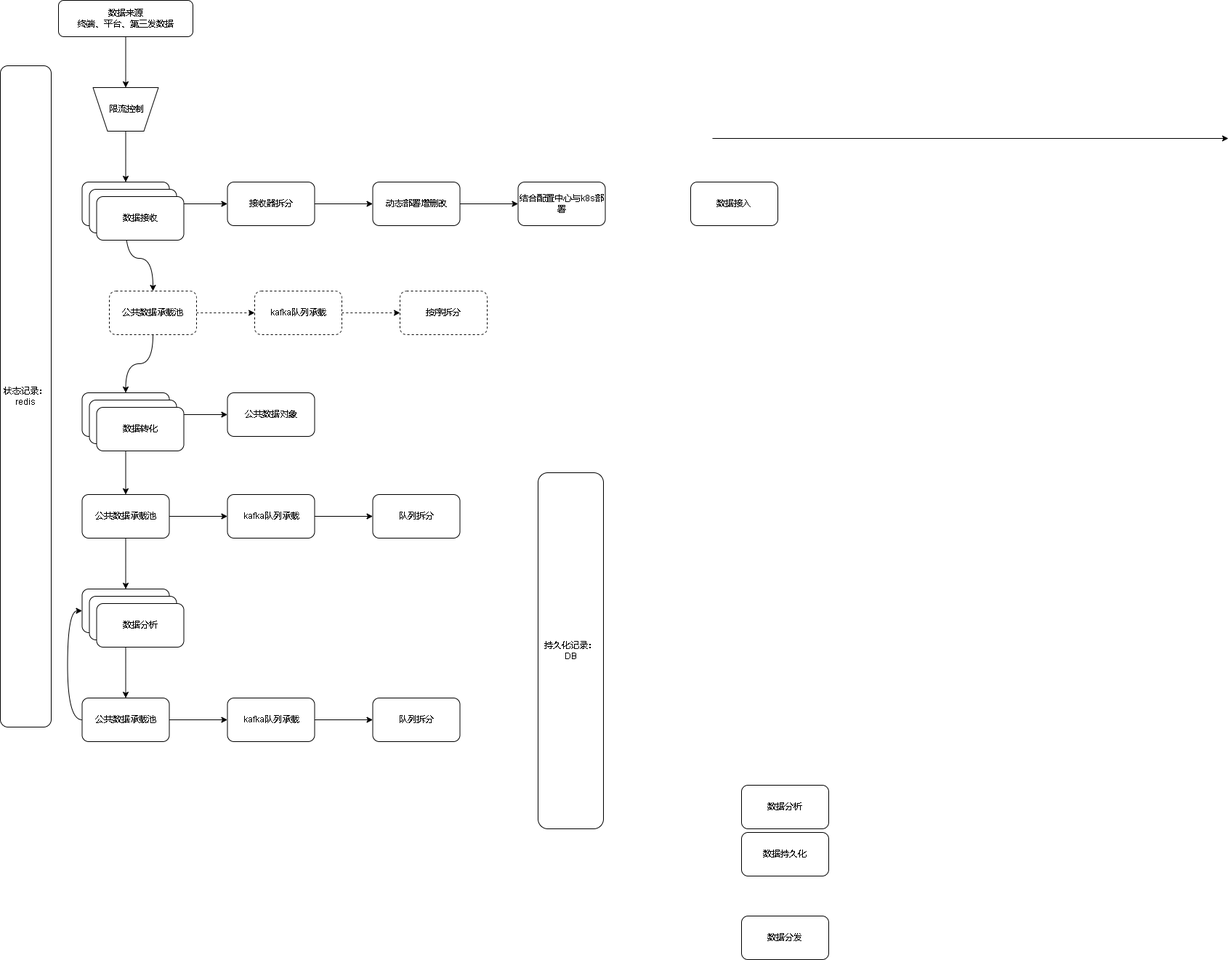
Before: 808后台架构.drawio.png, a diagram exported from draw.io (xktder/draw). Source tidied: cells renumbered, new cells last; positions are measured from the earlier drawing's top-left corner, leaving out a move shared by most shapes.
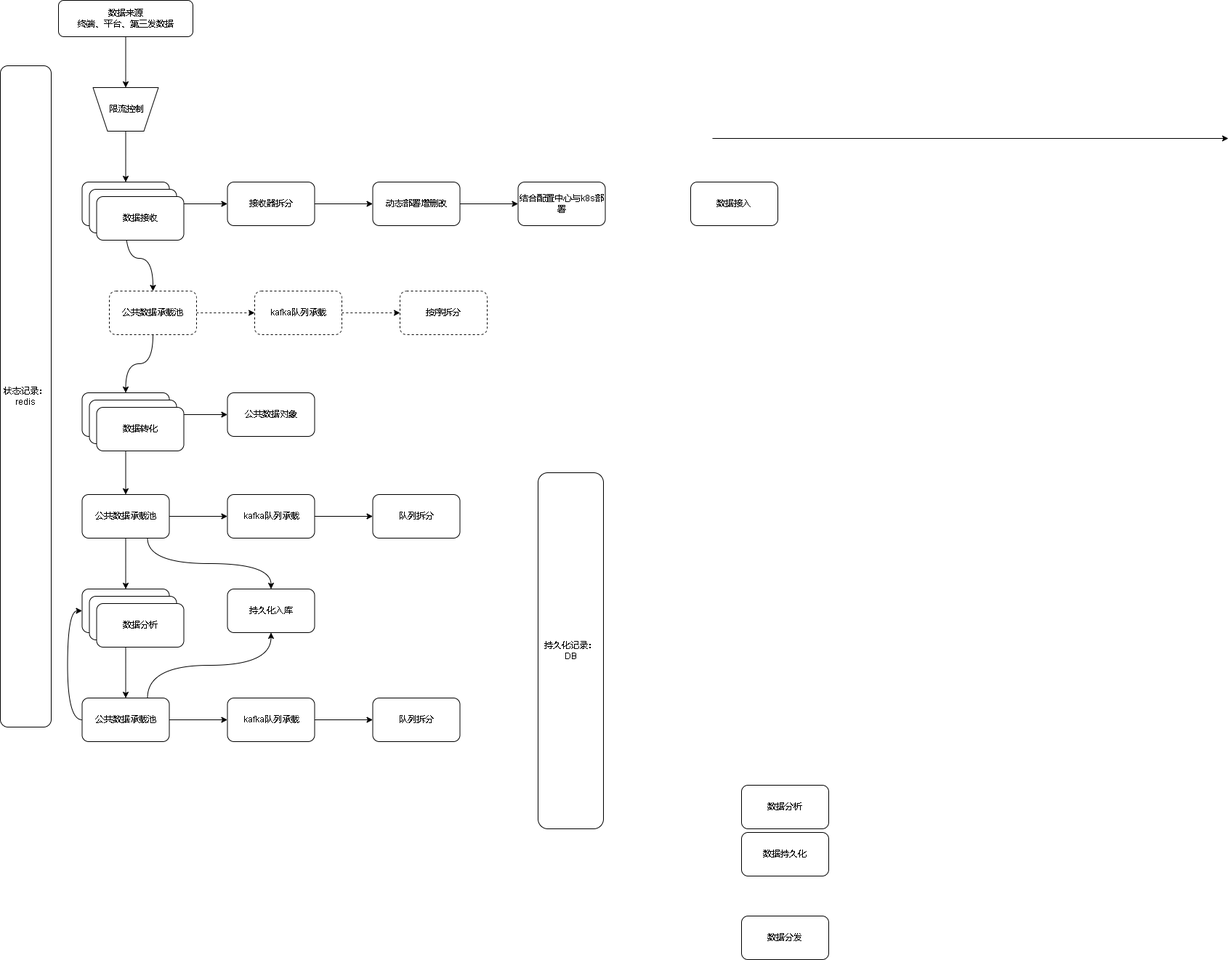
Later version of the same file.

Commit message:
更新808后台架构.drawio.png

The edit, as a diff of the source:
```diff
@@ -59,6 +59,9 @@
     <mxCell id="20" style="edgeStyle=orthogonalEdgeStyle;curved=1;rounded=0;jettySize=auto;html=1;" parent="1" edge="1" source="21" target="26">
       <mxGeometry relative="1" as="geometry" />
     </mxCell>
+    <mxCell id="52" style="edgeStyle=orthogonalEdgeStyle;curved=1;rounded=0;jettySize=auto;html=1;exitX=0.75;exitY=1;exitDx=0;exitDy=0;entryX=0.5;entryY=0;entryDx=0;entryDy=0;" parent="1" edge="1" source="21" target="54">
+      <mxGeometry relative="1" as="geometry" />
+    </mxCell>
     <mxCell id="21" value="公共数据承载池" style="whiteSpace=wrap;html=1;rounded=1;" parent="1" vertex="1">
       <mxGeometry x="112.5" y="680" width="120" height="60" as="geometry" />
     </mxCell>
@@ -140,6 +143,9 @@
     <mxCell id="46" style="edgeStyle=orthogonalEdgeStyle;curved=1;rounded=0;jettySize=auto;html=1;entryX=0;entryY=0.5;entryDx=0;entryDy=0;exitX=0;exitY=0.5;exitDx=0;exitDy=0;" parent="1" edge="1" source="47" target="26">
       <mxGeometry relative="1" as="geometry" />
     </mxCell>
+    <mxCell id="53" style="edgeStyle=orthogonalEdgeStyle;curved=1;rounded=0;jettySize=auto;html=1;exitX=0.75;exitY=0;exitDx=0;exitDy=0;entryX=0.5;entryY=1;entryDx=0;entryDy=0;" parent="1" edge="1" source="47" target="54">
+      <mxGeometry relative="1" as="geometry" />
+    </mxCell>
     <mxCell id="47" value="公共数据承载池" style="whiteSpace=wrap;html=1;rounded=1;" parent="1" vertex="1">
       <mxGeometry x="112.5" y="960" width="120" height="60" as="geometry" />
     </mxCell>
@@ -155,5 +161,8 @@
     <mxCell id="51" value="持久化记录：&lt;br&gt;DB" style="rounded=1;whiteSpace=wrap;html=1;" parent="1" vertex="1">
       <mxGeometry x="740" y="650" width="90" height="490" as="geometry" />
     </mxCell>
+    <mxCell id="54" value="持久化入库" style="whiteSpace=wrap;html=1;rounded=1;" parent="1" vertex="1">
+      <mxGeometry x="312.5" y="810" width="120" height="60" as="geometry" />
+    </mxCell>
   </root>
 </mxGraphModel>
```
